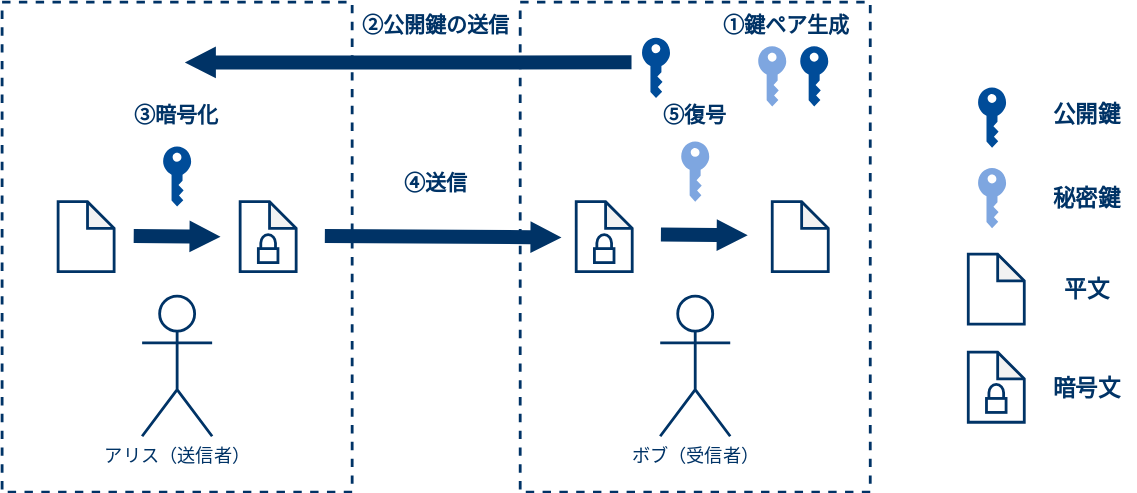
This is img/5-pubkey.svg from akakou-doc/pubkey-crypto, a draw.io export, as it was before one commit. Source tidied: cells renumbered, new cells last; positions are measured from the earlier drawing's top-left corner, leaving out a move shared by most shapes.
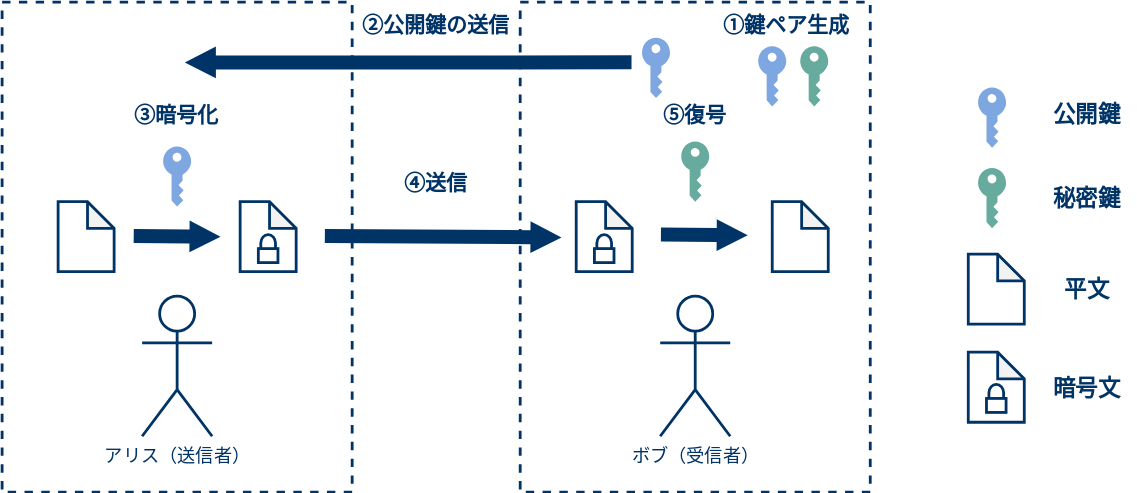
The same file after the commit.

Diff of the diagram source:
```diff
@@ -23,10 +23,10 @@
     <mxCell id="7" value="&lt;font color=&quot;#003366&quot;&gt;&lt;br&gt;&lt;br&gt;&lt;/font&gt;" style="shape=note;whiteSpace=wrap;html=1;backgroundOutline=1;darkOpacity=0.05;size=19;gradientColor=none;fillColor=#FFFFFF;strokeColor=#003366;strokeWidth=2;" parent="1" vertex="1">
       <mxGeometry x="170" y="142.5" width="40" height="50" as="geometry" />
     </mxCell>
-    <mxCell id="8" style="shadow=0;dashed=0;html=1;strokeColor=none;labelPosition=center;verticalLabelPosition=bottom;verticalAlign=top;align=center;shape=mxgraph.office.security.key_permissions;fillColor=#004C99;" parent="1" vertex="1">
+    <mxCell id="8" style="shadow=0;dashed=0;html=1;strokeColor=none;labelPosition=center;verticalLabelPosition=bottom;verticalAlign=top;align=center;shape=mxgraph.office.security.key_permissions;fillColor=#7EA6E0;" parent="1" vertex="1">
       <mxGeometry x="115" y="103" width="20" height="43" as="geometry" />
     </mxCell>
-    <mxCell id="9" style="shadow=0;dashed=0;html=1;strokeColor=none;labelPosition=center;verticalLabelPosition=bottom;verticalAlign=top;align=center;shape=mxgraph.office.security.key_permissions;fillColor=#7EA6E0;" parent="1" vertex="1">
+    <mxCell id="9" style="shadow=0;dashed=0;html=1;strokeColor=none;labelPosition=center;verticalLabelPosition=bottom;verticalAlign=top;align=center;shape=mxgraph.office.security.key_permissions;fillColor=#67AB9F;" parent="1" vertex="1">
       <mxGeometry x="485" y="99.5" width="20" height="43" as="geometry" />
     </mxCell>
     <mxCell id="10" value="&lt;font color=&quot;#003366&quot;&gt;&lt;br&gt;&lt;br&gt;&lt;/font&gt;" style="shape=note;whiteSpace=wrap;html=1;backgroundOutline=1;darkOpacity=0.05;size=19;gradientColor=none;fillColor=#FFFFFF;strokeColor=#003366;strokeWidth=2;" parent="1" vertex="1">
@@ -74,7 +74,7 @@
     <mxCell id="22" style="html=1;verticalLabelPosition=bottom;align=center;labelBackgroundColor=#ffffff;verticalAlign=top;strokeWidth=2;strokeColor=#003366;shadow=0;dashed=0;shape=mxgraph.ios7.icons.locked;" parent="1" vertex="1">
       <mxGeometry x="703" y="273" width="14" height="20" as="geometry" />
     </mxCell>
-    <mxCell id="23" style="shadow=0;dashed=0;html=1;strokeColor=none;labelPosition=center;verticalLabelPosition=bottom;verticalAlign=top;align=center;shape=mxgraph.office.security.key_permissions;fillColor=#004C99;" parent="1" vertex="1">
+    <mxCell id="23" style="shadow=0;dashed=0;html=1;strokeColor=none;labelPosition=center;verticalLabelPosition=bottom;verticalAlign=top;align=center;shape=mxgraph.office.security.key_permissions;fillColor=#7EA6E0;" parent="1" vertex="1">
       <mxGeometry x="697" y="61" width="20" height="43" as="geometry" />
     </mxCell>
     <mxCell id="24" value="&lt;font color=&quot;#003366&quot;&gt;&lt;span style=&quot;font-size: 16px&quot;&gt;&lt;b&gt;公開鍵&lt;/b&gt;&lt;/span&gt;&lt;/font&gt;" style="text;html=1;strokeColor=none;fillColor=none;align=center;verticalAlign=middle;whiteSpace=wrap;rounded=0;dashed=1;" parent="1" vertex="1">
@@ -92,7 +92,7 @@
         <mxPoint x="130" y="43" as="targetPoint" />
       </mxGeometry>
     </mxCell>
-    <mxCell id="28" style="shadow=0;dashed=0;html=1;strokeColor=none;labelPosition=center;verticalLabelPosition=bottom;verticalAlign=top;align=center;shape=mxgraph.office.security.key_permissions;fillColor=#004C99;" parent="1" vertex="1">
+    <mxCell id="28" style="shadow=0;dashed=0;html=1;strokeColor=none;labelPosition=center;verticalLabelPosition=bottom;verticalAlign=top;align=center;shape=mxgraph.office.security.key_permissions;fillColor=#7EA6E0;" parent="1" vertex="1">
       <mxGeometry x="457" y="25.5" width="20" height="43" as="geometry" />
     </mxCell>
     <mxCell id="29" value="&lt;font style=&quot;font-size: 15px&quot; color=&quot;#003366&quot;&gt;&lt;b&gt;③暗号化&lt;/b&gt;&lt;/font&gt;" style="text;html=1;strokeColor=none;fillColor=none;align=center;verticalAlign=middle;whiteSpace=wrap;rounded=0;dashed=1;" parent="1" vertex="1">
@@ -101,10 +101,10 @@
     <mxCell id="30" style="shadow=0;dashed=0;html=1;strokeColor=none;labelPosition=center;verticalLabelPosition=bottom;verticalAlign=top;align=center;shape=mxgraph.office.security.key_permissions;fillColor=#7EA6E0;" parent="1" vertex="1">
       <mxGeometry x="540" y="31.5" width="20" height="43" as="geometry" />
     </mxCell>
-    <mxCell id="31" style="shadow=0;dashed=0;html=1;strokeColor=none;labelPosition=center;verticalLabelPosition=bottom;verticalAlign=top;align=center;shape=mxgraph.office.security.key_permissions;fillColor=#004C99;" parent="1" vertex="1">
+    <mxCell id="31" style="shadow=0;dashed=0;html=1;strokeColor=none;labelPosition=center;verticalLabelPosition=bottom;verticalAlign=top;align=center;shape=mxgraph.office.security.key_permissions;fillColor=#67AB9F;" parent="1" vertex="1">
       <mxGeometry x="570" y="31.5" width="20" height="43" as="geometry" />
     </mxCell>
-    <mxCell id="32" style="shadow=0;dashed=0;html=1;strokeColor=none;labelPosition=center;verticalLabelPosition=bottom;verticalAlign=top;align=center;shape=mxgraph.office.security.key_permissions;fillColor=#7EA6E0;" parent="1" vertex="1">
+    <mxCell id="32" style="shadow=0;dashed=0;html=1;strokeColor=none;labelPosition=center;verticalLabelPosition=bottom;verticalAlign=top;align=center;shape=mxgraph.office.security.key_permissions;fillColor=#67AB9F;" parent="1" vertex="1">
       <mxGeometry x="697" y="118.5" width="20" height="43" as="geometry" />
     </mxCell>
     <mxCell id="33" value="&lt;font color=&quot;#003366&quot;&gt;&lt;span style=&quot;font-size: 16px&quot;&gt;&lt;b&gt;秘密鍵&lt;/b&gt;&lt;/span&gt;&lt;/font&gt;" style="text;html=1;strokeColor=none;fillColor=none;align=center;verticalAlign=middle;whiteSpace=wrap;rounded=0;dashed=1;" parent="1" vertex="1">
```
